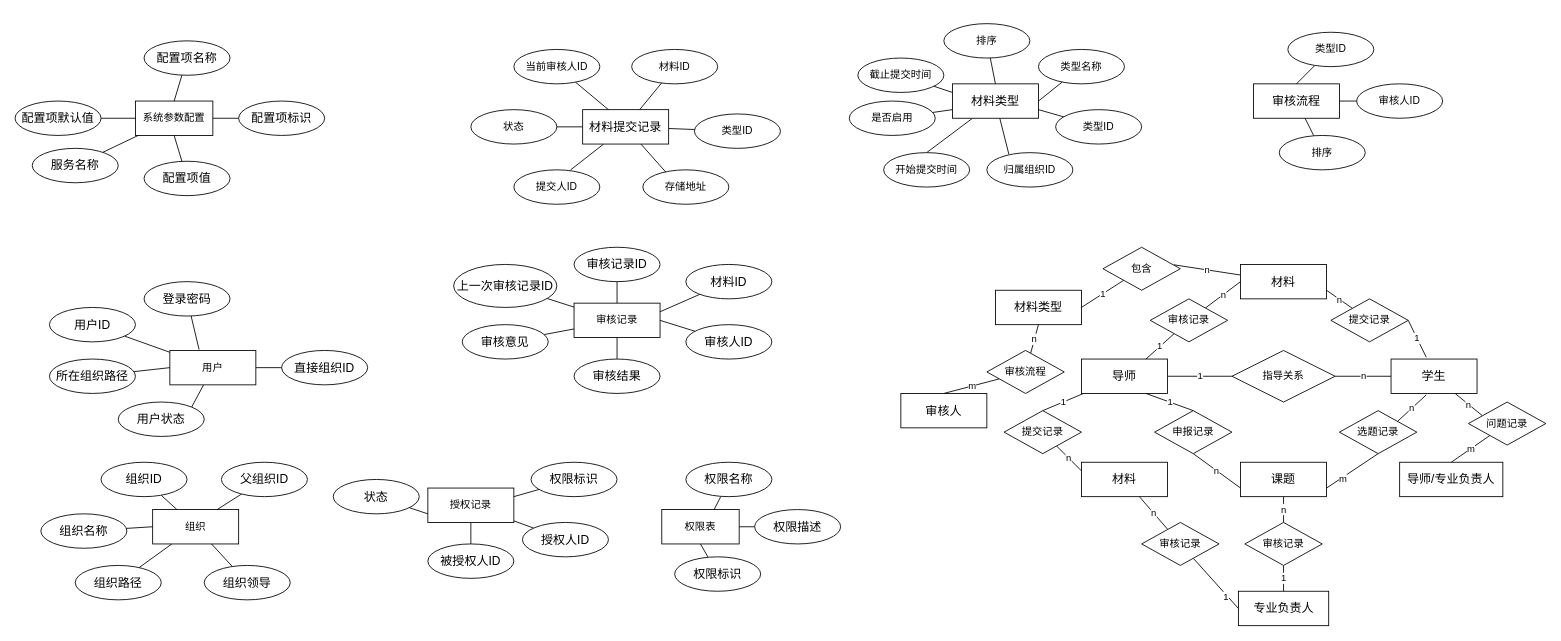
The draw.io diagram temp/ER模型.drawio in FdfGithub/drawio, before the edit. Source tidied: cells renumbered, new cells numbered last; positions are measured from the earlier drawing's top-left corner, leaving out a move shared by most shapes. Both pictures are drawn from the tidied source at 86%, with x=0, y=0 at pixel (15, 23).
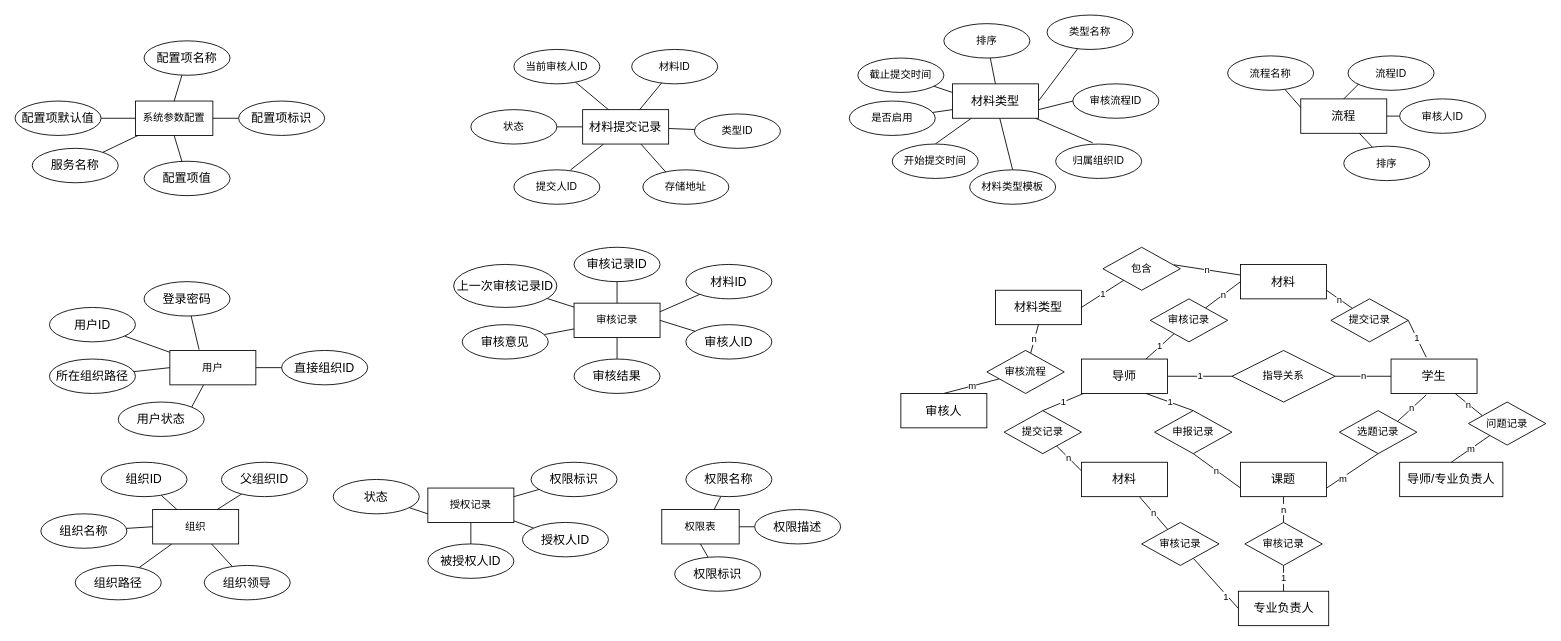
The same page after the edit.

Unchanged cells that the change refers to:
```xml
<mxCell id="44" value="&lt;span style=&quot;font-size: 14px&quot;&gt;材料类型&lt;/span&gt;" style="whiteSpace=wrap;html=1;align=center;" parent="1" vertex="1">
  <mxGeometry x="1090" y="70" width="100" height="40" as="geometry" />
</mxCell>
```

Change to the diagram source:
```diff
@@
-    <mxCell id="43" style="edgeStyle=none;rounded=0;jettySize=auto;html=1;endArrow=none;endFill=0;entryX=0.256;entryY=0.045;entryDx=0;entryDy=0;entryPerimeter=0;" parent="1" edge="1" source="44" target="89">
+    <mxCell id="43" style="edgeStyle=none;rounded=0;jettySize=auto;html=1;endArrow=none;endFill=0;entryX=0.432;entryY=-0.035;entryDx=0;entryDy=0;entryPerimeter=0;" parent="1" edge="1" source="44" target="89">
       <mxGeometry relative="1" as="geometry" />
     </mxCell>
+    <mxCell id="143" style="edgeStyle=none;rounded=0;jettySize=auto;html=1;entryX=0;entryY=0.5;entryDx=0;entryDy=0;endArrow=none;endFill=0;" parent="1" edge="1" target="148">
+      <mxGeometry relative="1" as="geometry">
+        <mxPoint x="1190" y="100" as="sourcePoint" />
+      </mxGeometry>
+    </mxCell>
+    <mxCell id="144" style="edgeStyle=none;rounded=0;jettySize=auto;html=1;entryX=0.5;entryY=0;entryDx=0;entryDy=0;endArrow=none;endFill=0;" parent="1" edge="1" source="44" target="149">
+      <mxGeometry relative="1" as="geometry" />
+    </mxCell>
@@
     <mxCell id="46" value="类型名称" style="ellipse;whiteSpace=wrap;html=1;align=center;" parent="1" vertex="1">
-      <mxGeometry x="1190" y="30" width="100" height="40" as="geometry" />
+      <mxGeometry x="1200" y="-10" width="100" height="40" as="geometry" />
     </mxCell>
-    <mxCell id="47" style="edgeStyle=none;rounded=0;jettySize=auto;html=1;entryX=1;entryY=0.75;entryDx=0;entryDy=0;endArrow=none;endFill=0;" parent="1" edge="1" source="48" target="44">
-      <mxGeometry relative="1" as="geometry" />
-    </mxCell>
-    <mxCell id="48" value="类型ID" style="ellipse;whiteSpace=wrap;html=1;align=center;" parent="1" vertex="1">
-      <mxGeometry x="1210" y="100" width="100" height="40" as="geometry" />
-    </mxCell>
@@
     <mxCell id="55" value="开始提交时间" style="ellipse;whiteSpace=wrap;html=1;align=center;" parent="1" vertex="1">
-      <mxGeometry x="1010" y="150" width="100" height="40" as="geometry" />
+      <mxGeometry x="1020" y="140" width="100" height="40" as="geometry" />
     </mxCell>
@@
-    <mxCell id="60" value="&lt;span style=&quot;font-size: 14px&quot;&gt;审核流程&lt;/span&gt;" style="whiteSpace=wrap;html=1;align=center;" parent="1" vertex="1">
-      <mxGeometry x="1440" y="70" width="100" height="40" as="geometry" />
+    <mxCell id="60" value="&lt;span style=&quot;font-size: 14px&quot;&gt;流程&lt;/span&gt;" style="whiteSpace=wrap;html=1;align=center;" parent="1" vertex="1">
+      <mxGeometry x="1495" y="87.5" width="100" height="40" as="geometry" />
     </mxCell>
-    <mxCell id="61" style="edgeStyle=none;rounded=0;jettySize=auto;html=1;entryX=0.5;entryY=0;entryDx=0;entryDy=0;endArrow=none;endFill=0;" parent="1" edge="1" source="62" target="60">
-      <mxGeometry relative="1" as="geometry" />
+    <mxCell id="61" style="edgeStyle=none;rounded=0;jettySize=auto;html=1;entryX=0.5;entryY=0;entryDx=0;entryDy=0;endArrow=none;endFill=0;" parent="1" edge="1" target="60">
+      <mxGeometry relative="1" as="geometry">
+        <mxPoint x="1566.4" y="66.1" as="sourcePoint" />
+      </mxGeometry>
     </mxCell>
-    <mxCell id="62" value="类型ID" style="ellipse;whiteSpace=wrap;html=1;align=center;" parent="1" vertex="1">
-      <mxGeometry x="1480" y="10" width="100" height="40" as="geometry" />
-    </mxCell>
@@
     <mxCell id="64" value="审核人ID" style="ellipse;whiteSpace=wrap;html=1;align=center;" parent="1" vertex="1">
-      <mxGeometry x="1560" y="70" width="100" height="40" as="geometry" />
+      <mxGeometry x="1610" y="87.5" width="100" height="40" as="geometry" />
     </mxCell>
@@
     <mxCell id="66" value="排序" style="ellipse;whiteSpace=wrap;html=1;align=center;" parent="1" vertex="1">
-      <mxGeometry x="1470" y="130" width="100" height="40" as="geometry" />
+      <mxGeometry x="1545" y="142.5" width="100" height="40" as="geometry" />
     </mxCell>
@@
     <mxCell id="89" value="归属组织ID" style="ellipse;whiteSpace=wrap;html=1;align=center;" parent="1" vertex="1">
-      <mxGeometry x="1130" y="150" width="100" height="40" as="geometry" />
+      <mxGeometry x="1210" y="140" width="100" height="40" as="geometry" />
     </mxCell>
@@
+    <mxCell id="145" value="流程ID" style="ellipse;whiteSpace=wrap;html=1;align=center;" parent="1" vertex="1">
+      <mxGeometry x="1550" y="37.5" width="100" height="40" as="geometry" />
+    </mxCell>
+    <mxCell id="146" style="rounded=0;jettySize=auto;html=1;entryX=0;entryY=0.25;entryDx=0;entryDy=0;endArrow=none;endFill=0;" parent="1" edge="1" source="147" target="60">
+      <mxGeometry relative="1" as="geometry" />
+    </mxCell>
+    <mxCell id="147" value="流程名称" style="ellipse;whiteSpace=wrap;html=1;align=center;" parent="1" vertex="1">
+      <mxGeometry x="1410" y="37.5" width="100" height="40" as="geometry" />
+    </mxCell>
+    <mxCell id="148" value="审核流程ID" style="ellipse;whiteSpace=wrap;html=1;align=center;" parent="1" vertex="1">
+      <mxGeometry x="1230" y="70" width="100" height="40" as="geometry" />
+    </mxCell>
+    <mxCell id="149" value="材料类型模板" style="ellipse;whiteSpace=wrap;html=1;align=center;" parent="1" vertex="1">
+      <mxGeometry x="1110" y="170" width="100" height="40" as="geometry" />
+    </mxCell>
```
